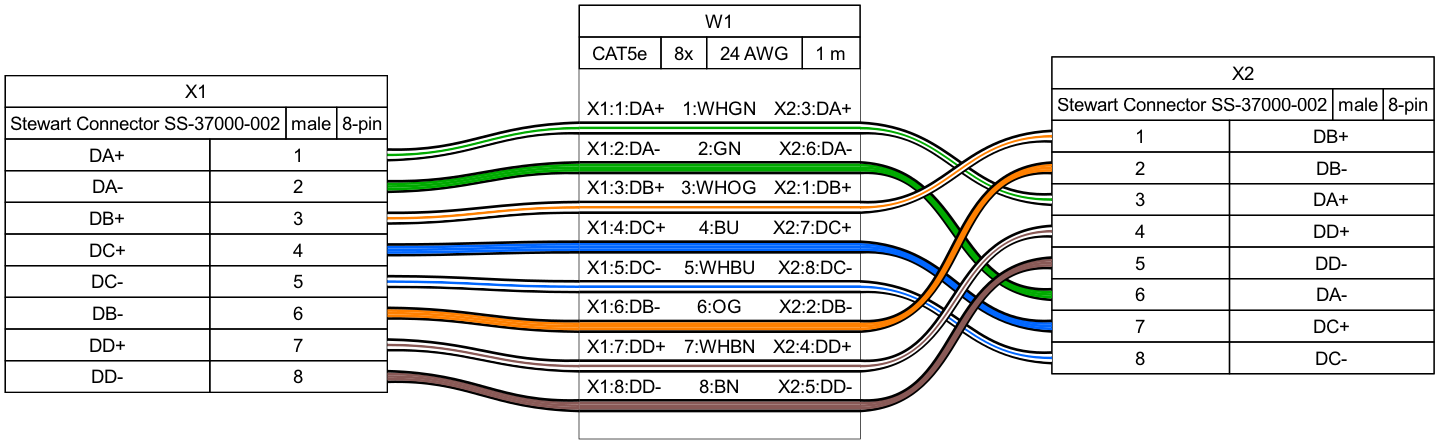
The Graphviz diagram examples/ex10.png in tobiasfalk/WireViz, before a commit. Its source is kept beside it as examples/ex10.gv. Its diagram source:
```dot
graph {
	graph [bgcolor="#FFFFFF" fontname=arial nodesep=0.33 rankdir=LR ranksep=2]
	node [fillcolor="#FFFFFF" fontname=arial height=0 margin=0 shape=none style=filled width=0]
	edge [fontname=arial style=bold]
	X1 [label=<
<table border="0" cellspacing="0" cellpadding="0" bgcolor="#FFFFFF">
 <tr>
  <td>
   <table border="0" cellborder="1" cellpadding="3" cellspacing="0">
    <tr>
     <td>X1</td>
    </tr>
   </table>
  </td>
 </tr>
 <tr>
  <td>
   <table border="0" cellborder="1" cellpadding="3" cellspacing="0">
    <tr>
     <td>Stewart Connector SS-37000-002</td>
     <td>male</td>
     <td>8-pin</td>
    </tr>
   </table>
  </td>
 </tr>
 <tr>
  <td>
   <table border="0" cellborder="1" cellpadding="3" cellspacing="0">
    <tr>
     <td>DA+</td>
     <td port="p1r">1</td>
    </tr>
    <tr>
     <td>DA-</td>
     <td port="p2r">2</td>
    </tr>
    <tr>
     <td>DB+</td>
     <td port="p3r">3</td>
    </tr>
    <tr>
     <td>DC+</td>
     <td port="p4r">4</td>
    </tr>
    <tr>
     <td>DC-</td>
     <td port="p5r">5</td>
    </tr>
    <tr>
     <td>DB-</td>
     <td port="p6r">6</td>
    </tr>
    <tr>
     <td>DD+</td>
     <td port="p7r">7</td>
    </tr>
    <tr>
     <td>DD-</td>
     <td port="p8r">8</td>
    </tr>
   </table>
  </td>
 </tr>
</table>
> shape=box style=filled]
	X2 [label=<
<table border="0" cellspacing="0" cellpadding="0" bgcolor="#FFFFFF">
 <tr>
  <td>
   <table border="0" cellborder="1" cellpadding="3" cellspacing="0">
    <tr>
     <td>X2</td>
    </tr>
   </table>
  </td>
 </tr>
 <tr>
  <td>
   <table border="0" cellborder="1" cellpadding="3" cellspacing="0">
    <tr>
     <td>Stewart Connector SS-37000-002</td>
     <td>male</td>
     <td>8-pin</td>
    </tr>
   </table>
  </td>
 </tr>
 <tr>
  <td>
   <table border="0" cellborder="1" cellpadding="3" cellspacing="0">
    <tr>
     <td port="p1l">1</td>
     <td>DB+</td>
    </tr>
    <tr>
     <td port="p2l">2</td>
     <td>DB-</td>
    </tr>
    <tr>
     <td port="p3l">3</td>
     <td>DA+</td>
    </tr>
    <tr>
     <td port="p4l">4</td>
     <td>DD+</td>
    </tr>
    <tr>
     <td port="p5l">5</td>
     <td>DD-</td>
    </tr>
    <tr>
     <td port="p6l">6</td>
     <td>DA-</td>
    </tr>
    <tr>
     <td port="p7l">7</td>
     <td>DC+</td>
    </tr>
    <tr>
     <td port="p8l">8</td>
     <td>DC-</td>
    </tr>
   </table>
  </td>
 </tr>
</table>
> shape=box style=filled]
	W1 [label=<
<table border="0" cellspacing="0" cellpadding="0" bgcolor="#FFFFFF">
 <tr>
  <td>
   <table border="0" cellborder="1" cellpadding="3" cellspacing="0">
    <tr>
     <td>W1</td>
    </tr>
   </table>
  </td>
 </tr>
 <tr>
  <td>
   <table border="0" cellborder="1" cellpadding="3" cellspacing="0">
    <tr>
     <td>CAT5e</td>
     <td>8x</td>
     <td>24 AWG</td>
     <td>1 m</td>
    </tr>
   </table>
  </td>
 </tr>
 <tr>
  <td>
   <table border="0" cellborder="0" cellspacing="0">
    <tr>
     <td>&nbsp;</td>
    </tr>
    <tr>
     <td align="left"> X1:1:DA+</td>
     <td> </td>
     <td>1:WHGN</td>
     <td> </td>
     <td align="right">X2:3:DA+ </td>
    </tr>
    <tr>
     <td border="0" cellspacing="0" cellpadding="0" colspan="5" height="10" port="w1">
      <table border="0" cellborder="0" cellspacing="0">
       <tr>
        <td bgcolor="#000000" border="0" cellpadding="0" colspan="5" height="2"></td>
       </tr>
       <tr>
        <td bgcolor="#FFFFFF" border="0" cellpadding="0" colspan="5" height="2"></td>
       </tr>
       <tr>
        <td bgcolor="#00AA00" border="0" cellpadding="0" colspan="5" height="2"></td>
       </tr>
       <tr>
        <td bgcolor="#FFFFFF" border="0" cellpadding="0" colspan="5" height="2"></td>
       </tr>
       <tr>
        <td bgcolor="#000000" border="0" cellpadding="0" colspan="5" height="2"></td>
       </tr>
      </table>
     </td>
    </tr>
    <tr>
     <td align="left"> X1:2:DA-</td>
     <td> </td>
     <td>2:GN</td>
     <td> </td>
     <td align="right">X2:6:DA- </td>
    </tr>
    <tr>
     <td border="0" cellspacing="0" cellpadding="0" colspan="5" height="10" port="w2">
      <table border="0" cellborder="0" cellspacing="0">
       <tr>
        <td bgcolor="#000000" border="0" cellpadding="0" colspan="5" height="2"></td>
       </tr>
       <tr>
        <td bgcolor="#00AA00" border="0" cellpadding="0" colspan="5" height="2"></td>
       </tr>
       <tr>
        <td bgcolor="#00AA00" border="0" cellpadding="0" colspan="5" height="2"></td>
       </tr>
       <tr>
        <td bgcolor="#00AA00" border="0" cellpadding="0" colspan="5" height="2"></td>
       </tr>
       <tr>
        <td bgcolor="#000000" border="0" cellpadding="0" colspan="5" height="2"></td>
       </tr>
      </table>
     </td>
    </tr>
    <tr>
     <td align="left"> X1:3:DB+</td>
     <td> </td>
     <td>3:WHOG</td>
     <td> </td>
     <td align="right">X2:1:DB+ </td>
    </tr>
    <tr>
     <td border="0" cellspacing="0" cellpadding="0" colspan="5" height="10" port="w3">
      <table border="0" cellborder="0" cellspacing="0">
       <tr>
        <td bgcolor="#000000" border="0" cellpadding="0" colspan="5" height="2"></td>
       </tr>
       <tr>
        <td bgcolor="#FFFFFF" border="0" cellpadding="0" colspan="5" height="2"></td>
       </tr>
       <tr>
        <td bgcolor="#FF8000" border="0" cellpadding="0" colspan="5" height="2"></td>
       </tr>
       <tr>
        <td bgcolor="#FFFFFF" border="0" cellpadding="0" colspan="5" height="2"></td>
       </tr>
       <tr>
        <td bgcolor="#000000" border="0" cellpadding="0" colspan="5" height="2"></td>
       </tr>
      </table>
     </td>
    </tr>
    <tr>
     <td align="left"> X1:4:DC+</td>
     <td> </td>
     <td>4:BU</td>
     <td> </td>
     <td align="right">X2:7:DC+ </td>
    </tr>
    <tr>
     <td border="0" cellspacing="0" cellpadding="0" colspan="5" height="10" port="w4">
      <table border="0" cellborder="0" cellspacing="0">
       <tr>
        <td bgcolor="#000000" border="0" cellpadding="0" colspan="5" height="2"></td>
       </tr>
       <tr>
        <td bgcolor="#0066FF" border="0" cellpadding="0" colspan="5" height="2"></td>
       </tr>
       <tr>
        <td bgcolor="#0066FF" border="0" cellpadding="0" colspan="5" height="2"></td>
       </tr>
       <tr>
        <td bgcolor="#0066FF" border="0" cellpadding="0" colspan="5" height="2"></td>
       </tr>
       <tr>
        <td bgcolor="#000000" border="0" cellpadding="0" colspan="5" height="2"></td>
       </tr>
      </table>
     </td>
    </tr>
    <tr>
     <td align="left"> X1:5:DC-</td>
     <td> </td>
     <td>5:WHBU</td>
     <td> </td>
     <td align="right">X2:8:DC- </td>
    </tr>
    <tr>
     <td border="0" cellspacing="0" cellpadding="0" colspan="5" height="10" port="w5">
      <table border="0" cellborder="0" cellspacing="0">
       <tr>
        <td bgcolor="#000000" border="0" cellpadding="0" colspan="5" height="2"></td>
       </tr>
       <tr>
        <td bgcolor="#FFFFFF" border="0" cellpadding="0" colspan="5" height="2"></td>
       </tr>
       <tr>
        <td bgcolor="#0066FF" border="0" cellpadding="0" colspan="5" height="2"></td>
       </tr>
       <tr>
        <td bgcolor="#FFFFFF" border="0" cellpadding="0" colspan="5" height="2"></td>
       </tr>
       <tr>
        <td bgcolor="#000000" border="0" cellpadding="0" colspan="5" height="2"></td>
       </tr>
      </table>
     </td>
    </tr>
    <tr>
     <td align="left"> X1:6:DB-</td>
     <td> </td>
     <td>6:OG</td>
     <td> </td>
     <td align="right">X2:2:DB- </td>
    </tr>
    <tr>
     <td border="0" cellspacing="0" cellpadding="0" colspan="5" height="10" port="w6">
      <table border="0" cellborder="0" cellspacing="0">
       <tr>
        <td bgcolor="#000000" border="0" cellpadding="0" colspan="5" height="2"></td>
       </tr>
       <tr>
        <td bgcolor="#FF8000" border="0" cellpadding="0" colspan="5" height="2"></td>
       </tr>
       <tr>
        <td bgcolor="#FF8000" border="0" cellpadding="0" colspan="5" height="2"></td>
       </tr>
       <tr>
        <td bgcolor="#FF8000" border="0" cellpadding="0" colspan="5" height="2"></td>
       </tr>
       <tr>
        <td bgcolor="#000000" border="0" cellpadding="0" colspan="5" height="2"></td>
       </tr>
      </table>
     </td>
    </tr>
    <tr>
     <td align="left"> X1:7:DD+</td>
     <td> </td>
     <td>7:WHBN</td>
     <td> </td>
     <td align="right">X2:4:DD+ </td>
    </tr>
    <tr>
     <td border="0" cellspacing="0" cellpadding="0" colspan="5" height="10" port="w7">
      <table border="0" cellborder="0" cellspacing="0">
       <tr>
        <td bgcolor="#000000" border="0" cellpadding="0" colspan="5" height="2"></td>
       </tr>
       <tr>
        <td bgcolor="#FFFFFF" border="0" cellpadding="0" colspan="5" height="2"></td>
       </tr>
       <tr>
        <td bgcolor="#895956" border="0" cellpadding="0" colspan="5" height="2"></td>
       </tr>
       <tr>
        <td bgcolor="#FFFFFF" border="0" cellpadding="0" colspan="5" height="2"></td>
       </tr>
       <tr>
        <td bgcolor="#000000" border="0" cellpadding="0" colspan="5" height="2"></td>
       </tr>
      </table>
     </td>
    </tr>
    <tr>
     <td align="left"> X1:8:DD-</td>
     <td> </td>
     <td>8:BN</td>
     <td> </td>
     <td align="right">X2:5:DD- </td>
    </tr>
    <tr>
     <td border="0" cellspacing="0" cellpadding="0" colspan="5" height="10" port="w8">
      <table border="0" cellborder="0" cellspacing="0">
       <tr>
        <td bgcolor="#000000" border="0" cellpadding="0" colspan="5" height="2"></td>
       </tr>
       <tr>
        <td bgcolor="#895956" border="0" cellpadding="0" colspan="5" height="2"></td>
       </tr>
       <tr>
        <td bgcolor="#895956" border="0" cellpadding="0" colspan="5" height="2"></td>
       </tr>
       <tr>
        <td bgcolor="#895956" border="0" cellpadding="0" colspan="5" height="2"></td>
       </tr>
       <tr>
        <td bgcolor="#000000" border="0" cellpadding="0" colspan="5" height="2"></td>
       </tr>
      </table>
     </td>
    </tr>
    <tr>
     <td>&nbsp;</td>
    </tr>
   </table>
  </td>
 </tr>
</table>
> shape=box style=filled]
	edge [color="#000000:#FFFFFF:#00AA00:#FFFFFF:#000000"]
	X1:p1r:e -- W1:w1:w
	W1:w1:e -- X2:p3l:w
	edge [color="#000000:#00AA00:#00AA00:#00AA00:#000000"]
	X1:p2r:e -- W1:w2:w
	W1:w2:e -- X2:p6l:w
	edge [color="#000000:#FFFFFF:#FF8000:#FFFFFF:#000000"]
	X1:p3r:e -- W1:w3:w
	W1:w3:e -- X2:p1l:w
	edge [color="#000000:#0066FF:#0066FF:#0066FF:#000000"]
	X1:p4r:e -- W1:w4:w
	W1:w4:e -- X2:p7l:w
	edge [color="#000000:#FFFFFF:#0066FF:#FFFFFF:#000000"]
	X1:p5r:e -- W1:w5:w
	W1:w5:e -- X2:p8l:w
	edge [color="#000000:#FF8000:#FF8000:#FF8000:#000000"]
	X1:p6r:e -- W1:w6:w
	W1:w6:e -- X2:p2l:w
	edge [color="#000000:#FFFFFF:#895956:#FFFFFF:#000000"]
	X1:p7r:e -- W1:w7:w
	W1:w7:e -- X2:p4l:w
	edge [color="#000000:#895956:#895956:#895956:#000000"]
	X1:p8r:e -- W1:w8:w
	W1:w8:e -- X2:p5l:w
}
```
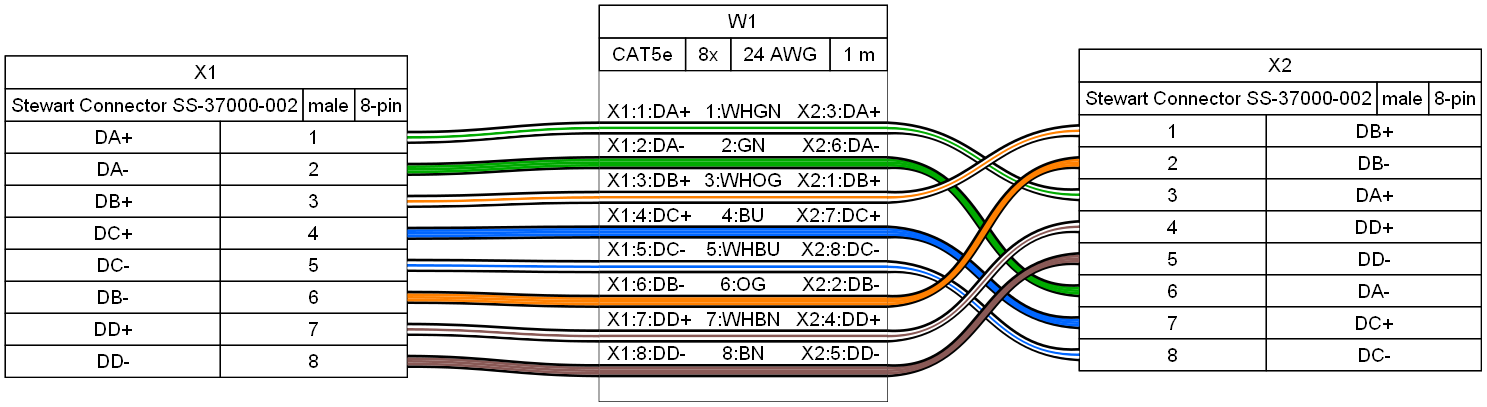
Later version of the same file.

The edit, as a diff of the source:
```diff
@@ -163,25 +163,7 @@
      <td align="right">X2:3:DA+ </td>
     </tr>
     <tr>
-     <td border="0" cellspacing="0" cellpadding="0" colspan="5" height="10" port="w1">
-      <table border="0" cellborder="0" cellspacing="0">
-       <tr>
-        <td bgcolor="#000000" border="0" cellpadding="0" colspan="5" height="2"></td>
-       </tr>
-       <tr>
-        <td bgcolor="#FFFFFF" border="0" cellpadding="0" colspan="5" height="2"></td>
-       </tr>
-       <tr>
-        <td bgcolor="#00AA00" border="0" cellpadding="0" colspan="5" height="2"></td>
-       </tr>
-       <tr>
-        <td bgcolor="#FFFFFF" border="0" cellpadding="0" colspan="5" height="2"></td>
-       </tr>
-       <tr>
-        <td bgcolor="#000000" border="0" cellpadding="0" colspan="5" height="2"></td>
-       </tr>
-      </table>
-     </td>
+     <td border="0" cellspacing="0" cellpadding="0" colspan="5" height="6" port="w1"></td>
     </tr>
     <tr>
      <td align="left"> X1:2:DA-</td>
@@ -191,25 +173,7 @@
      <td align="right">X2:6:DA- </td>
     </tr>
     <tr>
-     <td border="0" cellspacing="0" cellpadding="0" colspan="5" height="10" port="w2">
-      <table border="0" cellborder="0" cellspacing="0">
-       <tr>
-        <td bgcolor="#000000" border="0" cellpadding="0" colspan="5" height="2"></td>
-       </tr>
-       <tr>
-        <td bgcolor="#00AA00" border="0" cellpadding="0" colspan="5" height="2"></td>
-       </tr>
-       <tr>
-        <td bgcolor="#00AA00" border="0" cellpadding="0" colspan="5" height="2"></td>
-       </tr>
-       <tr>
-        <td bgcolor="#00AA00" border="0" cellpadding="0" colspan="5" height="2"></td>
-       </tr>
-       <tr>
-        <td bgcolor="#000000" border="0" cellpadding="0" colspan="5" height="2"></td>
-       </tr>
-      </table>
-     </td>
+     <td border="0" cellspacing="0" cellpadding="0" colspan="5" height="6" port="w2"></td>
     </tr>
     <tr>
      <td align="left"> X1:3:DB+</td>
@@ -219,25 +183,7 @@
      <td align="right">X2:1:DB+ </td>
     </tr>
     <tr>
-     <td border="0" cellspacing="0" cellpadding="0" colspan="5" height="10" port="w3">
-      <table border="0" cellborder="0" cellspacing="0">
-       <tr>
-        <td bgcolor="#000000" border="0" cellpadding="0" colspan="5" height="2"></td>
-       </tr>
-       <tr>
-        <td bgcolor="#FFFFFF" border="0" cellpadding="0" colspan="5" height="2"></td>
-       </tr>
-       <tr>
-        <td bgcolor="#FF8000" border="0" cellpadding="0" colspan="5" height="2"></td>
-       </tr>
-       <tr>
-        <td bgcolor="#FFFFFF" border="0" cellpadding="0" colspan="5" height="2"></td>
-       </tr>
-       <tr>
-        <td bgcolor="#000000" border="0" cellpadding="0" colspan="5" height="2"></td>
-       </tr>
-      </table>
-     </td>
+     <td border="0" cellspacing="0" cellpadding="0" colspan="5" height="6" port="w3"></td>
     </tr>
     <tr>
      <td align="left"> X1:4:DC+</td>
@@ -247,25 +193,7 @@
      <td align="right">X2:7:DC+ </td>
     </tr>
     <tr>
-     <td border="0" cellspacing="0" cellpadding="0" colspan="5" height="10" port="w4">
-      <table border="0" cellborder="0" cellspacing="0">
-       <tr>
-        <td bgcolor="#000000" border="0" cellpadding="0" colspan="5" height="2"></td>
-       </tr>
-       <tr>
-        <td bgcolor="#0066FF" border="0" cellpadding="0" colspan="5" height="2"></td>
-       </tr>
-       <tr>
-        <td bgcolor="#0066FF" border="0" cellpadding="0" colspan="5" height="2"></td>
-       </tr>
-       <tr>
-        <td bgcolor="#0066FF" border="0" cellpadding="0" colspan="5" height="2"></td>
-       </tr>
-       <tr>
-        <td bgcolor="#000000" border="0" cellpadding="0" colspan="5" height="2"></td>
-       </tr>
-      </table>
-     </td>
+     <td border="0" cellspacing="0" cellpadding="0" colspan="5" height="6" port="w4"></td>
     </tr>
     <tr>
      <td align="left"> X1:5:DC-</td>
@@ -275,25 +203,7 @@
      <td align="right">X2:8:DC- </td>
     </tr>
     <tr>
-     <td border="0" cellspacing="0" cellpadding="0" colspan="5" height="10" port="w5">
-      <table border="0" cellborder="0" cellspacing="0">
-       <tr>
-        <td bgcolor="#000000" border="0" cellpadding="0" colspan="5" height="2"></td>
-       </tr>
-       <tr>
-        <td bgcolor="#FFFFFF" border="0" cellpadding="0" colspan="5" height="2"></td>
-       </tr>
-       <tr>
-        <td bgcolor="#0066FF" border="0" cellpadding="0" colspan="5" height="2"></td>
-       </tr>
-       <tr>
-        <td bgcolor="#FFFFFF" border="0" cellpadding="0" colspan="5" height="2"></td>
-       </tr>
-       <tr>
-        <td bgcolor="#000000" border="0" cellpadding="0" colspan="5" height="2"></td>
-       </tr>
-      </table>
-     </td>
+     <td border="0" cellspacing="0" cellpadding="0" colspan="5" height="6" port="w5"></td>
     </tr>
     <tr>
      <td align="left"> X1:6:DB-</td>
@@ -303,25 +213,7 @@
      <td align="right">X2:2:DB- </td>
     </tr>
     <tr>
-     <td border="0" cellspacing="0" cellpadding="0" colspan="5" height="10" port="w6">
-      <table border="0" cellborder="0" cellspacing="0">
-       <tr>
-        <td bgcolor="#000000" border="0" cellpadding="0" colspan="5" height="2"></td>
-       </tr>
-       <tr>
-        <td bgcolor="#FF8000" border="0" cellpadding="0" colspan="5" height="2"></td>
-       </tr>
-       <tr>
-        <td bgcolor="#FF8000" border="0" cellpadding="0" colspan="5" height="2"></td>
-       </tr>
-       <tr>
-        <td bgcolor="#FF8000" border="0" cellpadding="0" colspan="5" height="2"></td>
-       </tr>
-       <tr>
-        <td bgcolor="#000000" border="0" cellpadding="0" colspan="5" height="2"></td>
-       </tr>
-      </table>
-     </td>
+     <td border="0" cellspacing="0" cellpadding="0" colspan="5" height="6" port="w6"></td>
     </tr>
     <tr>
      <td align="left"> X1:7:DD+</td>
@@ -331,25 +223,7 @@
      <td align="right">X2:4:DD+ </td>
     </tr>
     <tr>
-     <td border="0" cellspacing="0" cellpadding="0" colspan="5" height="10" port="w7">
-      <table border="0" cellborder="0" cellspacing="0">
-       <tr>
-        <td bgcolor="#000000" border="0" cellpadding="0" colspan="5" height="2"></td>
-       </tr>
-       <tr>
-        <td bgcolor="#FFFFFF" border="0" cellpadding="0" colspan="5" height="2"></td>
-       </tr>
-       <tr>
-        <td bgcolor="#895956" border="0" cellpadding="0" colspan="5" height="2"></td>
-       </tr>
-       <tr>
-        <td bgcolor="#FFFFFF" border="0" cellpadding="0" colspan="5" height="2"></td>
-       </tr>
-       <tr>
-        <td bgcolor="#000000" border="0" cellpadding="0" colspan="5" height="2"></td>
-       </tr>
-      </table>
-     </td>
+     <td border="0" cellspacing="0" cellpadding="0" colspan="5" height="6" port="w7"></td>
     </tr>
     <tr>
      <td align="left"> X1:8:DD-</td>
@@ -359,25 +233,7 @@
      <td align="right">X2:5:DD- </td>
     </tr>
     <tr>
-     <td border="0" cellspacing="0" cellpadding="0" colspan="5" height="10" port="w8">
-      <table border="0" cellborder="0" cellspacing="0">
-       <tr>
-        <td bgcolor="#000000" border="0" cellpadding="0" colspan="5" height="2"></td>
-       </tr>
-       <tr>
-        <td bgcolor="#895956" border="0" cellpadding="0" colspan="5" height="2"></td>
-       </tr>
-       <tr>
-        <td bgcolor="#895956" border="0" cellpadding="0" colspan="5" height="2"></td>
-       </tr>
-       <tr>
-        <td bgcolor="#895956" border="0" cellpadding="0" colspan="5" height="2"></td>
-       </tr>
-       <tr>
-        <td bgcolor="#000000" border="0" cellpadding="0" colspan="5" height="2"></td>
-       </tr>
-      </table>
-     </td>
+     <td border="0" cellspacing="0" cellpadding="0" colspan="5" height="6" port="w8"></td>
     </tr>
     <tr>
      <td>&nbsp;</td>
@@ -411,4 +267,12 @@
 	edge [color="#000000:#895956:#895956:#895956:#000000"]
 	X1:p8r:e -- W1:w8:w
 	W1:w8:e -- X2:p5l:w
+	W1:w1:e -- W1:w1:w [color="#000000:#FFFFFF:#00AA00:#FFFFFF:#000000" straight=straight]
+	W1:w2:e -- W1:w2:w [color="#000000:#00AA00:#00AA00:#00AA00:#000000" straight=straight]
+	W1:w3:e -- W1:w3:w [color="#000000:#FFFFFF:#FF8000:#FFFFFF:#000000" straight=straight]
+	W1:w4:e -- W1:w4:w [color="#000000:#0066FF:#0066FF:#0066FF:#000000" straight=straight]
+	W1:w5:e -- W1:w5:w [color="#000000:#FFFFFF:#0066FF:#FFFFFF:#000000" straight=straight]
+	W1:w6:e -- W1:w6:w [color="#000000:#FF8000:#FF8000:#FF8000:#000000" straight=straight]
+	W1:w7:e -- W1:w7:w [color="#000000:#FFFFFF:#895956:#FFFFFF:#000000" straight=straight]
+	W1:w8:e -- W1:w8:w [color="#000000:#895956:#895956:#895956:#000000" straight=straight]
 }
```
